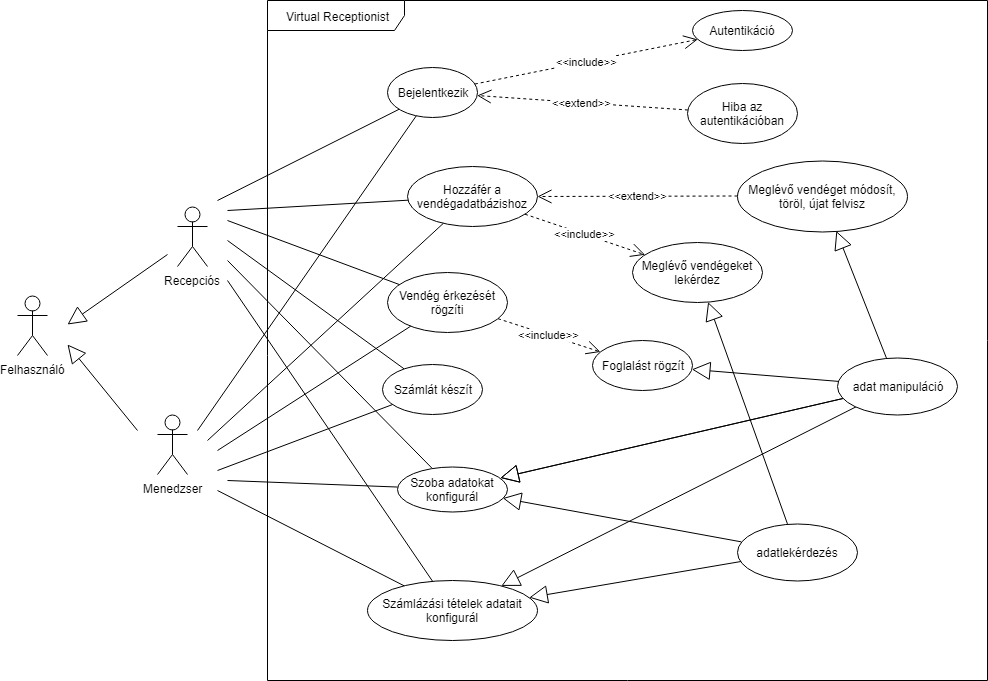
This is specifikacio/use-case.png from jbence1994/Virtual-Receptionist-projection, a draw.io export, as it was before one commit. Source tidied: cells renumbered, new cells last; positions are measured from the earlier drawing's top-left corner, leaving out a move shared by most shapes.
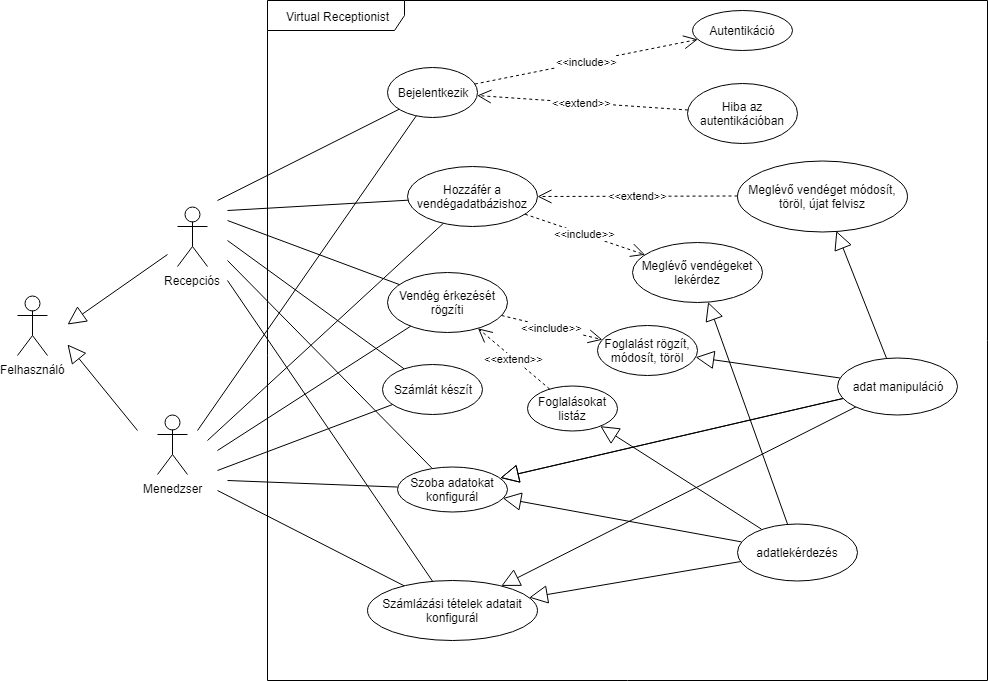
The same diagram one commit later.

Commit message:
use-case diagram módosítás.

Change to the diagram source:
```diff
@@ -26,8 +26,8 @@
     <mxCell id="9" value="Számlát készít" style="ellipse;whiteSpace=wrap;html=1;labelBackgroundColor=none;" parent="1" vertex="1">
       <mxGeometry x="365" y="364" width="100" height="50" as="geometry" />
     </mxCell>
-    <mxCell id="10" value="Foglalást rögzít" style="ellipse;whiteSpace=wrap;html=1;labelBackgroundColor=none;" parent="1" vertex="1">
-      <mxGeometry x="575" y="340" width="100" height="50" as="geometry" />
+    <mxCell id="10" value="Foglalást rögzít, módosít, töröl" style="ellipse;whiteSpace=wrap;html=1;labelBackgroundColor=none;" parent="1" vertex="1">
+      <mxGeometry x="580" y="325" width="100" height="50" as="geometry" />
     </mxCell>
     <mxCell id="11" value="Meglévő vendéget módosít, töröl, újat felvisz" style="ellipse;whiteSpace=wrap;html=1;labelBackgroundColor=none;" parent="1" vertex="1">
       <mxGeometry x="720" y="160" width="170" height="71" as="geometry" />
@@ -164,5 +164,14 @@
     <mxCell id="45" style="endArrow=block;endSize=16;endFill=0;html=1;" parent="1" edge="1" source="30" target="10">
       <mxGeometry relative="1" as="geometry" />
     </mxCell>
+    <mxCell id="46" value="Foglalásokat listáz" style="ellipse;whiteSpace=wrap;html=1;" parent="1" vertex="1">
+      <mxGeometry x="510" y="385.5" width="90" height="45" as="geometry" />
+    </mxCell>
+    <mxCell id="47" value="&amp;lt;&amp;lt;extend&amp;gt;&amp;gt;" style="endArrow=open;endSize=12;dashed=1;html=1;" parent="1" edge="1" source="46" target="13">
+      <mxGeometry relative="1" as="geometry" />
+    </mxCell>
+    <mxCell id="48" style="endArrow=block;endSize=16;endFill=0;html=1;" parent="1" edge="1" source="21" target="46">
+      <mxGeometry relative="1" as="geometry" />
+    </mxCell>
   </root>
 </mxGraphModel>
```
